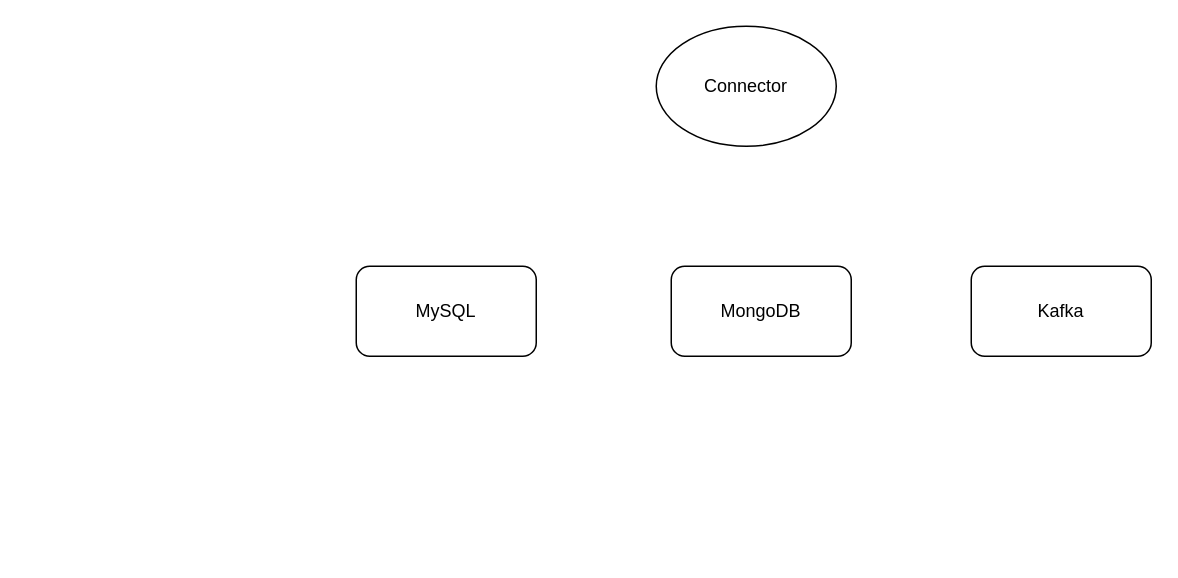
Above: 自助式接入.drawio in dophinlife/drawio (draw.io), before the change. Source tidied: cells renumbered, new cells numbered last; positions are measured from the earlier drawing's top-left corner, leaving out a move shared by most shapes. Both pictures are drawn from the tidied source at 150%, with x=0, y=0 at pixel (356, 26).
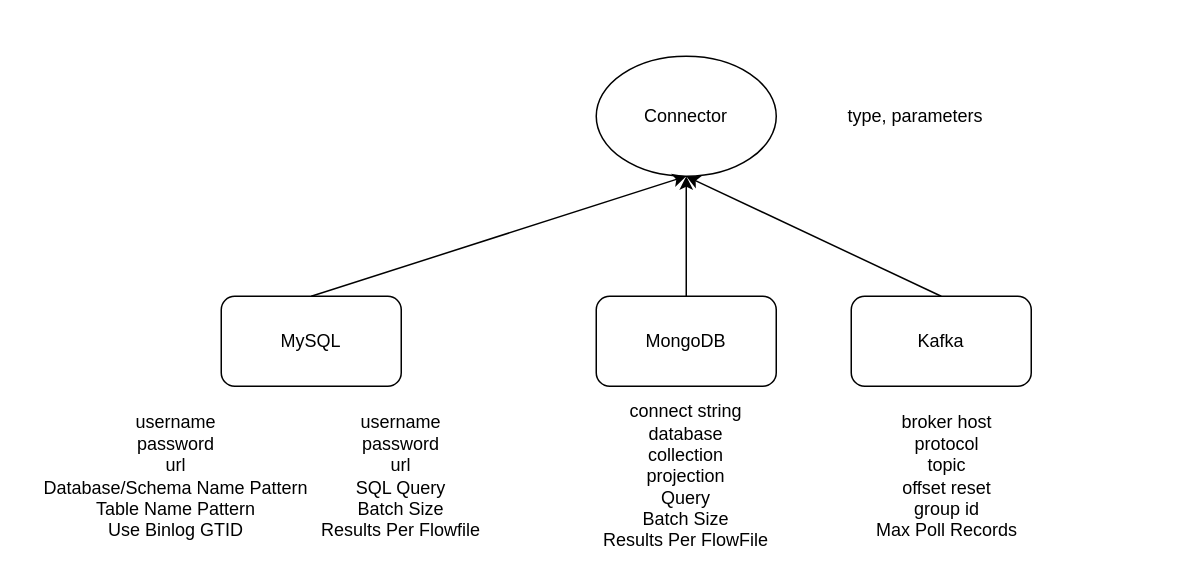
Above is the later version.

Commit message:
Added 自助式接入.drawio

The edit, as a diff of the source:
```diff
@@
 <mxGraphModel>
   <root>
     <mxCell id="0" />
     <mxCell id="1" parent="0" />
     <mxCell id="2" value="Connector" style="ellipse;whiteSpace=wrap;html=1;" parent="1" vertex="1">
-      <mxGeometry x="200" width="120" height="80" as="geometry" />
+      <mxGeometry x="160" y="20" width="120" height="80" as="geometry" />
     </mxCell>
+    <mxCell id="6" style="rounded=0;jettySize=auto;html=1;exitX=0.5;exitY=0;exitDx=0;exitDy=0;entryX=0.5;entryY=1;entryDx=0;entryDy=0;" parent="1" edge="1" source="3" target="2">
+      <mxGeometry relative="1" as="geometry" />
+    </mxCell>
     <mxCell id="3" value="MySQL" style="rounded=1;whiteSpace=wrap;html=1;" parent="1" vertex="1">
-      <mxGeometry y="160" width="120" height="60" as="geometry" />
+      <mxGeometry x="-90" y="180" width="120" height="60" as="geometry" />
     </mxCell>
+    <mxCell id="7" style="edgeStyle=none;rounded=0;jettySize=auto;html=1;exitX=0.5;exitY=0;exitDx=0;exitDy=0;" parent="1" edge="1" source="4">
+      <mxGeometry relative="1" as="geometry">
+        <mxPoint x="220" y="100" as="targetPoint" />
+      </mxGeometry>
+    </mxCell>
     <mxCell id="4" value="MongoDB" style="rounded=1;whiteSpace=wrap;html=1;" parent="1" vertex="1">
-      <mxGeometry x="210" y="160" width="120" height="60" as="geometry" />
+      <mxGeometry x="160" y="180" width="120" height="60" as="geometry" />
     </mxCell>
+    <mxCell id="8" style="edgeStyle=none;rounded=0;jettySize=auto;html=1;exitX=0.5;exitY=0;exitDx=0;exitDy=0;" parent="1" edge="1" source="5">
+      <mxGeometry relative="1" as="geometry">
+        <mxPoint x="220" y="100" as="targetPoint" />
+      </mxGeometry>
+    </mxCell>
     <mxCell id="5" value="Kafka" style="rounded=1;whiteSpace=wrap;html=1;" parent="1" vertex="1">
-      <mxGeometry x="410" y="160" width="120" height="60" as="geometry" />
+      <mxGeometry x="330" y="180" width="120" height="60" as="geometry" />
     </mxCell>
+    <mxCell id="9" value="username&lt;br&gt;password&lt;br&gt;url&lt;br&gt;Database/Schema Name Pattern&lt;br&gt;Table Name Pattern&lt;br&gt;Use Binlog GTID" style="text;html=1;strokeColor=none;fillColor=none;align=center;verticalAlign=middle;whiteSpace=wrap;rounded=0;" parent="1" vertex="1">
+      <mxGeometry x="-220" y="290" width="200" height="20" as="geometry" />
+    </mxCell>
+    <mxCell id="10" value="connect string&lt;br&gt;database&lt;br&gt;collection&lt;br&gt;projection&lt;br&gt;Query&lt;br&gt;Batch Size&lt;br&gt;Results Per FlowFile" style="text;html=1;strokeColor=none;fillColor=none;align=center;verticalAlign=middle;whiteSpace=wrap;rounded=0;" parent="1" vertex="1">
+      <mxGeometry x="160" y="290" width="120" height="20" as="geometry" />
+    </mxCell>
+    <mxCell id="11" value="broker host&lt;br&gt;protocol&lt;br&gt;topic&lt;br&gt;offset reset&lt;br&gt;group id&lt;br&gt;Max Poll Records" style="text;html=1;strokeColor=none;fillColor=none;align=center;verticalAlign=middle;whiteSpace=wrap;rounded=0;" parent="1" vertex="1">
+      <mxGeometry x="330" y="270" width="127.5" height="60" as="geometry" />
+    </mxCell>
+    <mxCell id="12" value="username&lt;br&gt;password&lt;br&gt;url&lt;br&gt;SQL Query&lt;br&gt;Batch Size&lt;br&gt;Results Per Flowfile" style="text;html=1;strokeColor=none;fillColor=none;align=center;verticalAlign=middle;whiteSpace=wrap;rounded=0;" parent="1" vertex="1">
+      <mxGeometry x="-70" y="290" width="200" height="20" as="geometry" />
+    </mxCell>
+    <mxCell id="13" value="type, parameters" style="text;html=1;strokeColor=none;fillColor=none;align=center;verticalAlign=middle;whiteSpace=wrap;rounded=0;" parent="1" vertex="1">
+      <mxGeometry x="303" y="50" width="140" height="20" as="geometry" />
+    </mxCell>
+    <mxCell id="14" style="edgeStyle=none;rounded=0;orthogonalLoop=1;jettySize=auto;html=1;exitX=0.5;exitY=0;exitDx=0;exitDy=0;" parent="1" edge="1" source="13" target="13">
+      <mxGeometry relative="1" as="geometry" />
+    </mxCell>
+    <mxCell id="15" style="edgeStyle=none;rounded=0;orthogonalLoop=1;jettySize=auto;html=1;exitX=0.5;exitY=0;exitDx=0;exitDy=0;" parent="1" edge="1" source="12" target="12">
+      <mxGeometry relative="1" as="geometry" />
+    </mxCell>
   </root>
 </mxGraphModel>
```
